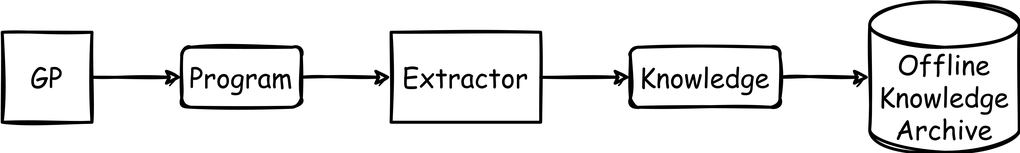
Above: img-readme/detailed-gp-offka.png in Y1fanHE/kdps-arm (draw.io), before the change. Source tidied: cells renumbered, new cells last; positions are measured from the earlier drawing's top-left corner, leaving out a move shared by most shapes. The source it was exported from:
```xml
<mxGraphModel>
  <root>
    <mxCell id="0" />
    <mxCell id="1" parent="0" />
    <mxCell id="2" style="group;" parent="1" vertex="1">
      <mxGeometry width="680" height="100" as="geometry" />
    </mxCell>
    <mxCell id="3" value="&lt;div style=&quot;font-size: 18px&quot;&gt;Offline&lt;/div&gt;&lt;div style=&quot;font-size: 18px&quot;&gt;Knowledge&lt;/div&gt;&lt;div style=&quot;font-size: 18px&quot;&gt;Archive&lt;/div&gt;" style="shape=cylinder3;whiteSpace=wrap;html=1;boundedLbl=1;backgroundOutline=1;size=15;fontFamily=Comic Sans MS;fontSize=18;sketch=1;strokeWidth=2;" parent="2" vertex="1">
      <mxGeometry x="580" width="100" height="100" as="geometry" />
    </mxCell>
    <mxCell id="4" value="GP" style="rounded=0;whiteSpace=wrap;html=1;fontFamily=Comic Sans MS;fontSize=18;sketch=1;strokeWidth=2;" parent="2" vertex="1">
      <mxGeometry y="20" width="60" height="60" as="geometry" />
    </mxCell>
    <mxCell id="5" value="Program" style="rounded=1;whiteSpace=wrap;html=1;fontFamily=Comic Sans MS;fontSize=18;sketch=1;strokeWidth=2;" parent="2" vertex="1">
      <mxGeometry x="120" y="30" width="80" height="40" as="geometry" />
    </mxCell>
    <mxCell id="6" style="edgeStyle=orthogonalEdgeStyle;rounded=0;jettySize=auto;html=1;fontFamily=Comic Sans MS;fontSize=18;sketch=1;strokeWidth=2;" parent="2" edge="1" source="4" target="5">
      <mxGeometry relative="1" as="geometry" />
    </mxCell>
    <mxCell id="7" value="Extractor" style="rounded=0;whiteSpace=wrap;html=1;fontFamily=Comic Sans MS;fontSize=18;sketch=1;strokeWidth=2;" parent="2" vertex="1">
      <mxGeometry x="260" y="20" width="100" height="60" as="geometry" />
    </mxCell>
    <mxCell id="8" style="edgeStyle=orthogonalEdgeStyle;rounded=0;jettySize=auto;html=1;fontFamily=Comic Sans MS;fontSize=18;sketch=1;strokeWidth=2;" parent="2" edge="1" source="5" target="7">
      <mxGeometry relative="1" as="geometry" />
    </mxCell>
    <mxCell id="9" style="edgeStyle=orthogonalEdgeStyle;rounded=0;jettySize=auto;html=1;fontFamily=Comic Sans MS;fontSize=18;sketch=1;strokeWidth=2;" parent="2" edge="1" source="10" target="3">
      <mxGeometry relative="1" as="geometry" />
    </mxCell>
    <mxCell id="10" value="Knowledge" style="rounded=1;whiteSpace=wrap;html=1;fontFamily=Comic Sans MS;fontSize=18;sketch=1;strokeWidth=2;" parent="2" vertex="1">
      <mxGeometry x="420" y="30" width="100" height="40" as="geometry" />
    </mxCell>
    <mxCell id="11" style="edgeStyle=orthogonalEdgeStyle;rounded=0;jettySize=auto;html=1;fontFamily=Comic Sans MS;fontSize=18;sketch=1;strokeWidth=2;" parent="2" edge="1" source="7" target="10">
      <mxGeometry relative="1" as="geometry" />
    </mxCell>
  </root>
</mxGraphModel>
```
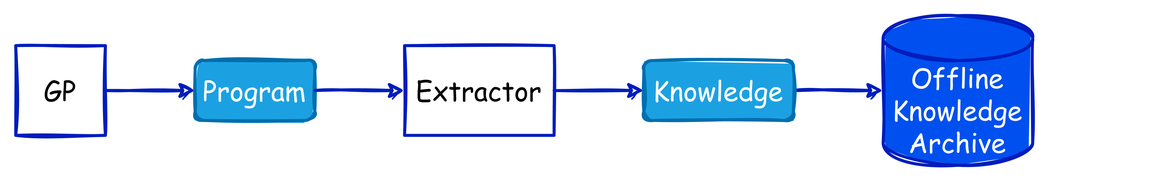
After the change.

Diff of the diagram source:
```diff
@@ -3,34 +3,37 @@
     <mxCell id="0" />
     <mxCell id="1" parent="0" />
     <mxCell id="2" style="group;" parent="1" vertex="1">
-      <mxGeometry width="680" height="100" as="geometry" />
+      <mxGeometry width="780" height="120" as="geometry" />
     </mxCell>
-    <mxCell id="3" value="&lt;div style=&quot;font-size: 18px&quot;&gt;Offline&lt;/div&gt;&lt;div style=&quot;font-size: 18px&quot;&gt;Knowledge&lt;/div&gt;&lt;div style=&quot;font-size: 18px&quot;&gt;Archive&lt;/div&gt;" style="shape=cylinder3;whiteSpace=wrap;html=1;boundedLbl=1;backgroundOutline=1;size=15;fontFamily=Comic Sans MS;fontSize=18;sketch=1;strokeWidth=2;" parent="2" vertex="1">
-      <mxGeometry x="580" width="100" height="100" as="geometry" />
+    <mxCell id="3" style="rounded=0;whiteSpace=wrap;html=1;strokeColor=none;fillColor=none;" parent="2" vertex="1">
+      <mxGeometry width="780" height="120" as="geometry" />
     </mxCell>
-    <mxCell id="4" value="GP" style="rounded=0;whiteSpace=wrap;html=1;fontFamily=Comic Sans MS;fontSize=18;sketch=1;strokeWidth=2;" parent="2" vertex="1">
-      <mxGeometry y="20" width="60" height="60" as="geometry" />
+    <mxCell id="4" value="&lt;div style=&quot;font-size: 18px&quot;&gt;Offline&lt;/div&gt;&lt;div style=&quot;font-size: 18px&quot;&gt;Knowledge&lt;/div&gt;&lt;div style=&quot;font-size: 18px&quot;&gt;Archive&lt;/div&gt;" style="shape=cylinder3;whiteSpace=wrap;html=1;boundedLbl=1;backgroundOutline=1;size=15;fontFamily=Comic Sans MS;fontSize=18;sketch=1;strokeWidth=2;fillColor=#0050ef;fontColor=#ffffff;strokeColor=#001DBC;fillStyle=solid;" parent="2" vertex="1">
+      <mxGeometry x="590" y="10" width="100" height="100" as="geometry" />
     </mxCell>
-    <mxCell id="5" value="Program" style="rounded=1;whiteSpace=wrap;html=1;fontFamily=Comic Sans MS;fontSize=18;sketch=1;strokeWidth=2;" parent="2" vertex="1">
-      <mxGeometry x="120" y="30" width="80" height="40" as="geometry" />
+    <mxCell id="5" value="GP" style="rounded=0;whiteSpace=wrap;html=1;fontFamily=Comic Sans MS;fontSize=18;sketch=1;strokeWidth=2;fillColor=none;fontColor=default;strokeColor=#001DBC;" parent="2" vertex="1">
+      <mxGeometry x="10" y="30" width="60" height="60" as="geometry" />
     </mxCell>
-    <mxCell id="6" style="edgeStyle=orthogonalEdgeStyle;rounded=0;jettySize=auto;html=1;fontFamily=Comic Sans MS;fontSize=18;sketch=1;strokeWidth=2;" parent="2" edge="1" source="4" target="5">
-      <mxGeometry relative="1" as="geometry" />
+    <mxCell id="6" value="Program" style="rounded=1;whiteSpace=wrap;html=1;fontFamily=Comic Sans MS;fontSize=18;sketch=1;strokeWidth=2;fillColor=#1ba1e2;fontColor=#ffffff;strokeColor=#006EAF;fillStyle=solid;" parent="2" vertex="1">
+      <mxGeometry x="130" y="40" width="80" height="40" as="geometry" />
     </mxCell>
-    <mxCell id="7" value="Extractor" style="rounded=0;whiteSpace=wrap;html=1;fontFamily=Comic Sans MS;fontSize=18;sketch=1;strokeWidth=2;" parent="2" vertex="1">
-      <mxGeometry x="260" y="20" width="100" height="60" as="geometry" />
+    <mxCell id="7" style="edgeStyle=orthogonalEdgeStyle;rounded=0;jettySize=auto;html=1;fontFamily=Comic Sans MS;fontSize=18;sketch=1;strokeWidth=2;fillColor=#0050ef;strokeColor=#001DBC;fontColor=default;entryX=0;entryY=0.5;entryDx=0;entryDy=0;exitX=1;exitY=0.5;exitDx=0;exitDy=0;" parent="2" edge="1" source="5" target="6">
+      <mxGeometry relative="1" as="geometry" />
     </mxCell>
-    <mxCell id="8" style="edgeStyle=orthogonalEdgeStyle;rounded=0;jettySize=auto;html=1;fontFamily=Comic Sans MS;fontSize=18;sketch=1;strokeWidth=2;" parent="2" edge="1" source="5" target="7">
-      <mxGeometry relative="1" as="geometry" />
+    <mxCell id="8" value="Extractor" style="rounded=0;whiteSpace=wrap;html=1;fontFamily=Comic Sans MS;fontSize=18;sketch=1;strokeWidth=2;fillColor=none;fontColor=default;strokeColor=#001DBC;" parent="2" vertex="1">
+      <mxGeometry x="270" y="30" width="100" height="60" as="geometry" />
     </mxCell>
-    <mxCell id="9" style="edgeStyle=orthogonalEdgeStyle;rounded=0;jettySize=auto;html=1;fontFamily=Comic Sans MS;fontSize=18;sketch=1;strokeWidth=2;" parent="2" edge="1" source="10" target="3">
+    <mxCell id="9" style="edgeStyle=orthogonalEdgeStyle;rounded=0;jettySize=auto;html=1;fontFamily=Comic Sans MS;fontSize=18;sketch=1;strokeWidth=2;fillColor=#0050ef;strokeColor=#001DBC;fontColor=default;entryX=0;entryY=0.5;entryDx=0;entryDy=0;exitX=1;exitY=0.5;exitDx=0;exitDy=0;" parent="2" edge="1" source="6" target="8">
       <mxGeometry relative="1" as="geometry" />
     </mxCell>
-    <mxCell id="10" value="Knowledge" style="rounded=1;whiteSpace=wrap;html=1;fontFamily=Comic Sans MS;fontSize=18;sketch=1;strokeWidth=2;" parent="2" vertex="1">
-      <mxGeometry x="420" y="30" width="100" height="40" as="geometry" />
+    <mxCell id="10" style="edgeStyle=orthogonalEdgeStyle;rounded=0;jettySize=auto;html=1;fontFamily=Comic Sans MS;fontSize=18;sketch=1;strokeWidth=2;fillColor=#0050ef;strokeColor=#001DBC;fontColor=default;entryX=0;entryY=0.5;entryDx=0;entryDy=0;entryPerimeter=0;exitX=1;exitY=0.5;exitDx=0;exitDy=0;" parent="2" edge="1" source="11" target="4">
+      <mxGeometry relative="1" as="geometry" />
     </mxCell>
-    <mxCell id="11" style="edgeStyle=orthogonalEdgeStyle;rounded=0;jettySize=auto;html=1;fontFamily=Comic Sans MS;fontSize=18;sketch=1;strokeWidth=2;" parent="2" edge="1" source="7" target="10">
-      <mxGeometry relative="1" as="geometry" />
+    <mxCell id="11" value="Knowledge" style="rounded=1;whiteSpace=wrap;html=1;fontFamily=Comic Sans MS;fontSize=18;sketch=1;strokeWidth=2;fillColor=#1ba1e2;fontColor=#ffffff;strokeColor=#006EAF;fillStyle=solid;" parent="2" vertex="1">
+      <mxGeometry x="430" y="40" width="100" height="40" as="geometry" />
     </mxCell>
+    <mxCell id="12" style="edgeStyle=orthogonalEdgeStyle;rounded=0;jettySize=auto;html=1;fontFamily=Comic Sans MS;fontSize=18;sketch=1;strokeWidth=2;fillColor=#0050ef;strokeColor=#001DBC;fontColor=default;entryX=0;entryY=0.5;entryDx=0;entryDy=0;exitX=1;exitY=0.5;exitDx=0;exitDy=0;" parent="2" edge="1" source="8" target="11">
+      <mxGeometry relative="1" as="geometry" />
+    </mxCell>
   </root>
 </mxGraphModel>
```
